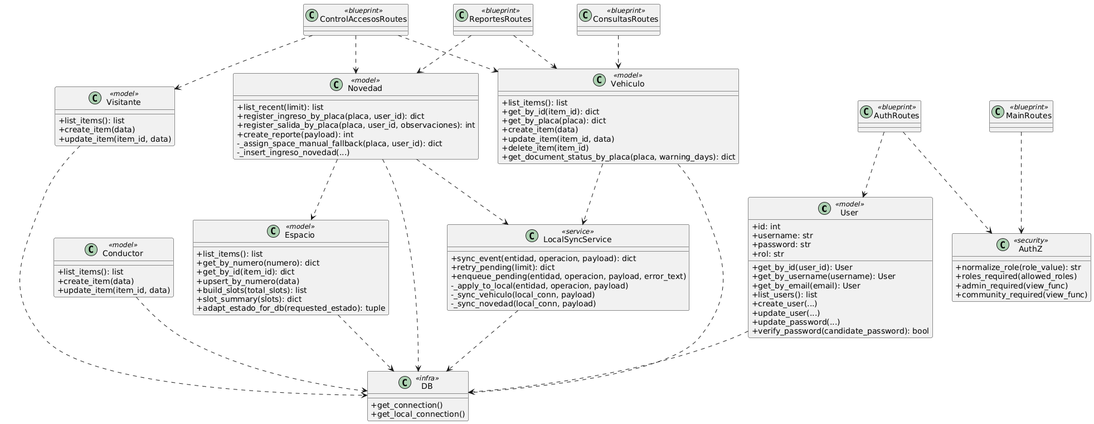
Above: docs/uml/render/diagrama_clases.png in maranavard/SISTEMA-COMPUTACIONAL-PARA-LA-GESTION-Y-CONTROL-DE-ACCESO-DE-AUTOMOVILES-M-DULO-WEB (PlantUML), before the change.
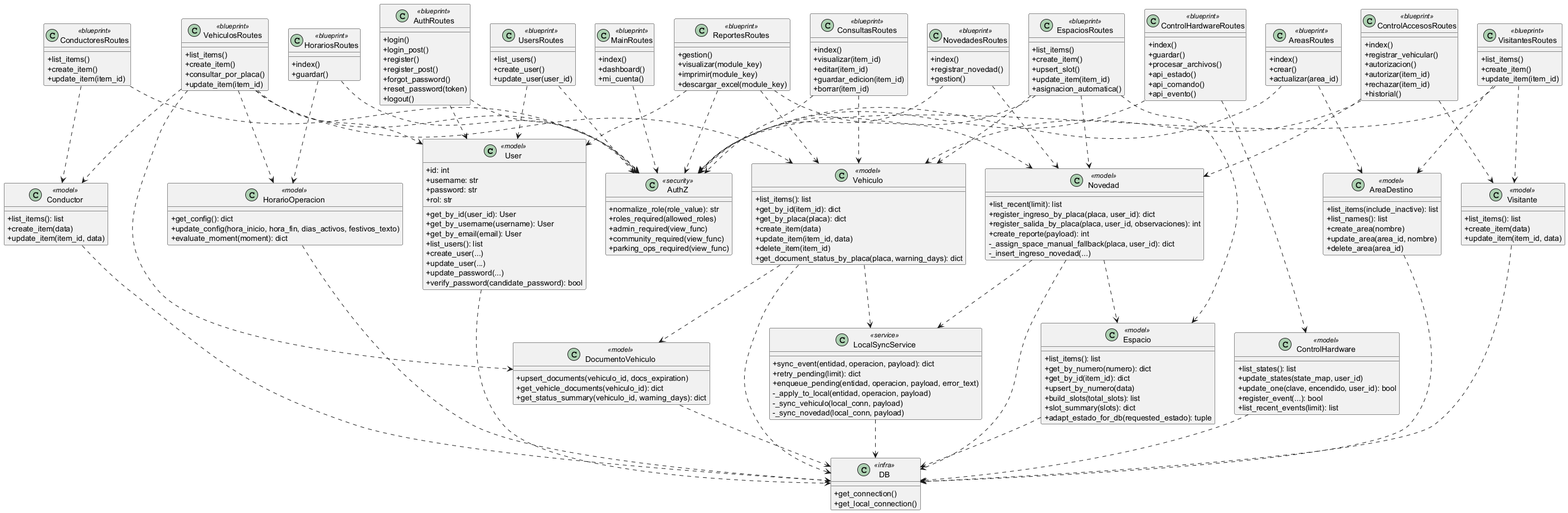
After the change.

What changed in the source:
```diff
@@ -1,4 +1,4 @@
-@startuml
+@startuml diagrama_clases
 skinparam classAttributeIconSize 0
 
 class User <<model>> {
@@ -57,6 +57,34 @@
   +update_item(item_id, data)
 }
 
+class DocumentoVehiculo <<model>> {
+  +upsert_documents(vehiculo_id, docs_expiration)
+  +get_vehicle_documents(vehiculo_id): dict
+  +get_status_summary(vehiculo_id, warning_days): dict
+}
+
+class AreaDestino <<model>> {
+  +list_items(include_inactive): list
+  +list_names(): list
+  +create_area(nombre)
+  +update_area(area_id, nombre)
+  +delete_area(area_id)
+}
+
+class HorarioOperacion <<model>> {
+  +get_config(): dict
+  +update_config(hora_inicio, hora_fin, dias_activos, festivos_texto)
+  +evaluate_moment(moment): dict
+}
+
+class ControlHardware <<model>> {
+  +list_states(): list
+  +update_states(state_map, user_id)
+  +update_one(clave, encendido, user_id): bool
+  +register_event(...): bool
+  +list_recent_events(limit): list
+}
+
 class LocalSyncService <<service>> {
   +sync_event(entidad, operacion, payload): dict
   +retry_pending(limit): dict
@@ -76,13 +104,107 @@
   +roles_required(allowed_roles)
   +admin_required(view_func)
   +community_required(view_func)
+  +parking_ops_required(view_func)
 }
 
-class AuthRoutes <<blueprint>>
-class ControlAccesosRoutes <<blueprint>>
-class ReportesRoutes <<blueprint>>
-class ConsultasRoutes <<blueprint>>
-class MainRoutes <<blueprint>>
+class AuthRoutes <<blueprint>> {
+  +login()
+  +login_post()
+  +register()
+  +register_post()
+  +forgot_password()
+  +reset_password(token)
+  +logout()
+}
+
+class ControlAccesosRoutes <<blueprint>> {
+  +index()
+  +registrar_vehicular()
+  +autorizacion()
+  +autorizar(item_id)
+  +rechazar(item_id)
+  +historial()
+}
+
+class ReportesRoutes <<blueprint>> {
+  +gestion()
+  +visualizar(module_key)
+  +imprimir(module_key)
+  +descargar_excel(module_key)
+}
+
+class ConsultasRoutes <<blueprint>> {
+  +index()
+  +visualizar(item_id)
+  +editar(item_id)
+  +guardar_edicion(item_id)
+  +borrar(item_id)
+}
+
+class MainRoutes <<blueprint>> {
+  +index()
+  +dashboard()
+  +mi_cuenta()
+}
+
+class UsersRoutes <<blueprint>> {
+  +list_users()
+  +create_user()
+  +update_user(user_id)
+}
+
+class ConductoresRoutes <<blueprint>> {
+  +list_items()
+  +create_item()
+  +update_item(item_id)
+}
+
+class VehiculosRoutes <<blueprint>> {
+  +list_items()
+  +create_item()
+  +consultar_por_placa()
+  +update_item(item_id)
+}
+
+class VisitantesRoutes <<blueprint>> {
+  +list_items()
+  +create_item()
+  +update_item(item_id)
+}
+
+class EspaciosRoutes <<blueprint>> {
+  +list_items()
+  +create_item()
+  +upsert_slot()
+  +update_item(item_id)
+  +asignacion_automatica()
+}
+
+class NovedadesRoutes <<blueprint>> {
+  +index()
+  +registrar_novedad()
+  +gestion()
+}
+
+class ControlHardwareRoutes <<blueprint>> {
+  +index()
+  +guardar()
+  +procesar_archivos()
+  +api_estado()
+  +api_comando()
+  +api_evento()
+}
+
+class AreasRoutes <<blueprint>> {
+  +index()
+  +crear()
+  +actualizar(area_id)
+}
+
+class HorariosRoutes <<blueprint>> {
+  +index()
+  +guardar()
+}
 
 User ..> DB
 Vehiculo ..> DB
@@ -90,19 +212,52 @@
 Espacio ..> DB
 Visitante ..> DB
 Conductor ..> DB
+DocumentoVehiculo ..> DB
+AreaDestino ..> DB
+HorarioOperacion ..> DB
+ControlHardware ..> DB
 LocalSyncService ..> DB
 
 Vehiculo ..> LocalSyncService
+Vehiculo ..> DocumentoVehiculo
 Novedad ..> LocalSyncService
 Novedad ..> Espacio
 
 AuthRoutes ..> User
 AuthRoutes ..> AuthZ
+UsersRoutes ..> User
+UsersRoutes ..> AuthZ
+ConductoresRoutes ..> Conductor
+ConductoresRoutes ..> AuthZ
+VehiculosRoutes ..> Vehiculo
+VehiculosRoutes ..> Conductor
+VehiculosRoutes ..> DocumentoVehiculo
+VehiculosRoutes ..> HorarioOperacion
+VehiculosRoutes ..> User
+VehiculosRoutes ..> AuthZ
+VisitantesRoutes ..> Visitante
+VisitantesRoutes ..> AreaDestino
+VisitantesRoutes ..> AuthZ
+EspaciosRoutes ..> Espacio
+EspaciosRoutes ..> Novedad
+EspaciosRoutes ..> Vehiculo
+EspaciosRoutes ..> AuthZ
+NovedadesRoutes ..> Novedad
+NovedadesRoutes ..> AuthZ
 ControlAccesosRoutes ..> Vehiculo
 ControlAccesosRoutes ..> Novedad
 ControlAccesosRoutes ..> Visitante
 ReportesRoutes ..> Novedad
 ReportesRoutes ..> Vehiculo
+ReportesRoutes ..> User
+ReportesRoutes ..> AuthZ
 ConsultasRoutes ..> Vehiculo
+ConsultasRoutes ..> AuthZ
 MainRoutes ..> AuthZ
+ControlHardwareRoutes ..> ControlHardware
+ControlHardwareRoutes ..> AuthZ
+AreasRoutes ..> AreaDestino
+AreasRoutes ..> AuthZ
+HorariosRoutes ..> HorarioOperacion
+HorariosRoutes ..> AuthZ
 @enduml
```
